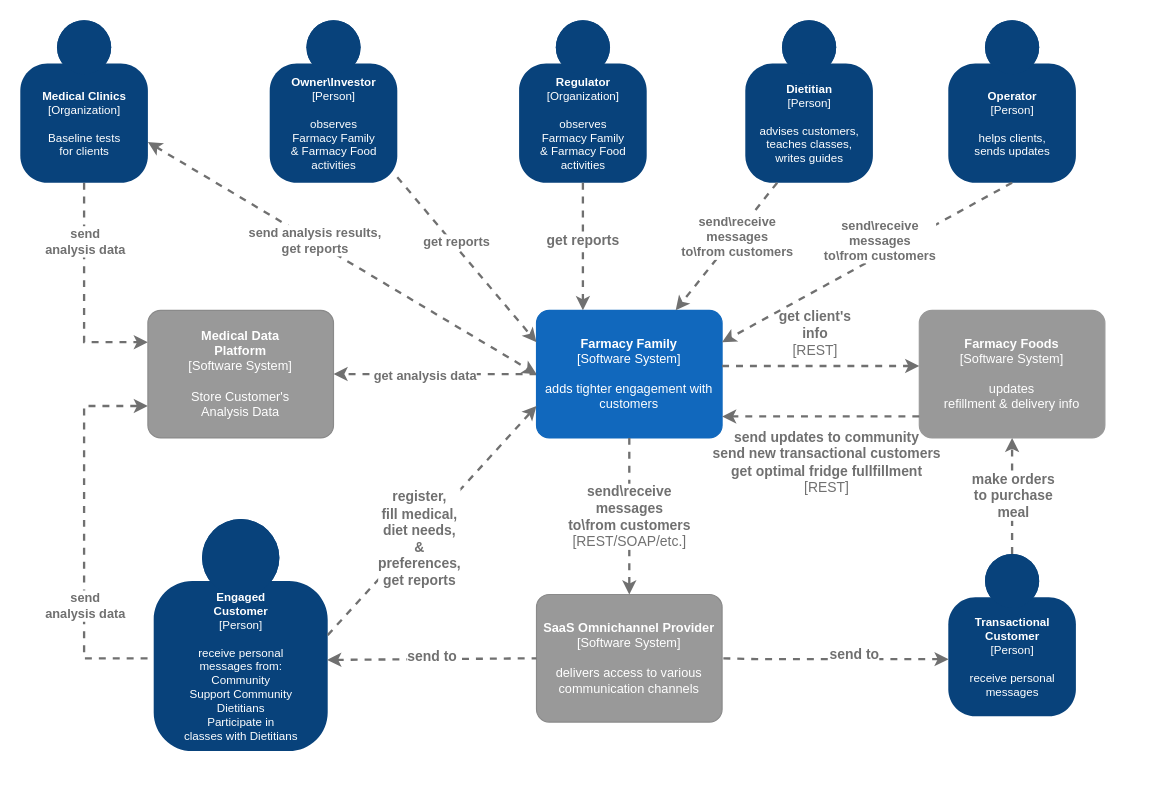
Earlier version of the draw.io diagram analysis/System Context.drawio (sakosy/arch_katas_2021). Source tidied: cells renumbered, new cells numbered last; positions are measured from the earlier drawing's top-left corner, leaving out a move shared by most shapes. Both pictures are drawn from the tidied source at 116%, with x=0, y=0 at pixel (20, 20).
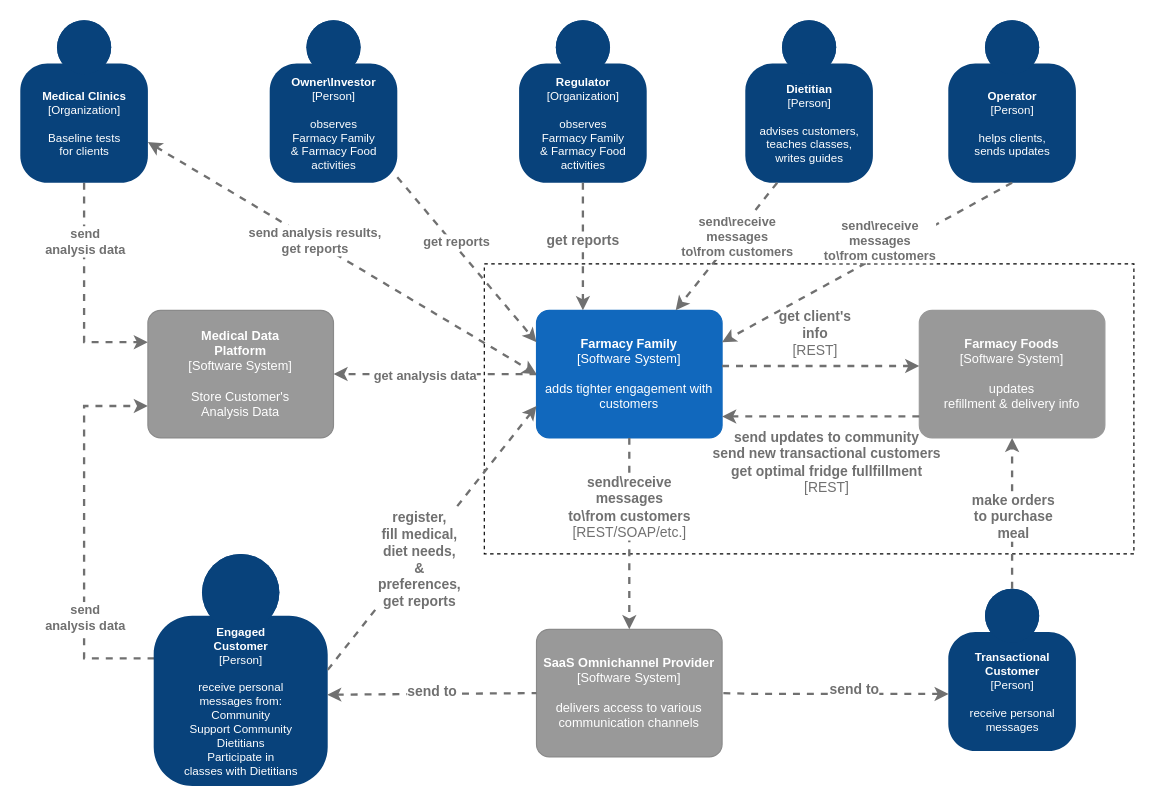
After the change.

Unchanged cells that the change refers to:
```xml
<object id="7" label="&lt;b style=&quot;font-size: 11px;&quot;&gt;%c4Name%&lt;/b&gt;&lt;div style=&quot;font-size: 11px;&quot;&gt;[%c4Type%]&lt;/div&gt;&lt;br style=&quot;font-size: 11px;&quot;&gt;&lt;div style=&quot;font-size: 11px;&quot;&gt;%c4Description%&lt;/div&gt;" c4Description="adds tighter engagement with customers" c4Name="Farmacy Family" c4Type="Software System" placeholders="1">
  <mxCell style="rounded=1;whiteSpace=wrap;html=1;labelBackgroundColor=none;fillColor=#1168BD;fontColor=#ffffff;align=center;arcSize=10;strokeColor=#1168BD;metaData={&quot;c4Type&quot;:{&quot;editable&quot;:false}};points=[[0.25,0,0],[0.5,0,0],[0.75,0,0],[1,0.25,0],[1,0.5,0],[1,0.75,0],[0.75,1,0],[0.5,1,0],[0.25,1,0],[0,0.75,0],[0,0.5,0],[0,0.25,0]];fontFamily=PT Mono;fontSize=11;" parent="1" vertex="1">
    <mxGeometry x="445" y="250" width="160" height="110" as="geometry" />
  </mxCell>
</object>
```

What changed in the source:
```diff
@@
+    <mxCell id="39" style="rounded=0;whiteSpace=wrap;html=1;dashed=1;" parent="1" vertex="1">
+      <mxGeometry x="400" y="210" width="560" height="250" as="geometry" />
+    </mxCell>
@@
     <object id="4" label="&lt;b style=&quot;font-size: 10px;&quot;&gt;%c4Name%&lt;/b&gt;&lt;div style=&quot;font-size: 10px;&quot;&gt;[%c4Type%]&lt;/div&gt;&lt;br style=&quot;font-size: 10px;&quot;&gt;&lt;div style=&quot;font-size: 10px;&quot;&gt;%c4Description%&lt;/div&gt;" c4Description="receive personal &#10;messages from:&#10;Community&#10;Support Community&#10;Dietitians&#10;Participate in &#10;classes with Dietitians" c4Name="Engaged&#10;Customer" c4Type="Person" placeholders="1">
       <mxCell style="html=1;dashed=0;whitespace=wrap;fillColor=#08427b;strokeColor=none;fontColor=#ffffff;shape=mxgraph.c4.person;align=center;points=[[0.5,0,0],[1,0.5,0],[1,0.75,0],[0.75,1,0],[0.5,1,0],[0.25,1,0],[0,0.75,0],[0,0.5,0]];metaData={&quot;c4Type&quot;:{&quot;editable&quot;:false}};fontFamily=PT Mono;fontSize=10;" parent="1" vertex="1">
-        <mxGeometry x="115" y="430" width="150" height="200" as="geometry" />
+        <mxGeometry x="115" y="460" width="150" height="200" as="geometry" />
       </mxCell>
     </object>
@@
     <object id="9" label="&lt;b style=&quot;font-size: 11px;&quot;&gt;%c4Name%&lt;/b&gt;&lt;div style=&quot;font-size: 11px;&quot;&gt;[%c4Type%]&lt;/div&gt;&lt;br style=&quot;font-size: 11px;&quot;&gt;&lt;div style=&quot;font-size: 11px;&quot;&gt;%c4Description%&lt;/div&gt;" c4Description="delivers access to various communication channels" c4Name="SaaS Omnichannel Provider" c4Type="Software System" placeholders="1">
       <mxCell style="rounded=1;whiteSpace=wrap;html=1;labelBackgroundColor=none;fillColor=#999999;fontColor=#ffffff;align=center;arcSize=10;strokeColor=#8A8A8A;metaData={&quot;c4Type&quot;:{&quot;editable&quot;:false}};points=[[0.25,0,0],[0.5,0,0],[0.75,0,0],[1,0.25,0],[1,0.5,0],[1,0.75,0],[0.75,1,0],[0.5,1,0],[0.25,1,0],[0,0.75,0],[0,0.5,0],[0,0.25,0]];fontFamily=PT Mono;fontSize=11;" parent="1" vertex="1">
-        <mxGeometry x="445" y="495" width="160" height="110" as="geometry" />
+        <mxGeometry x="445" y="525" width="160" height="110" as="geometry" />
       </mxCell>
     </object>
     <object id="10" label="&lt;div style=&quot;text-align: left&quot;&gt;&lt;div style=&quot;text-align: center&quot;&gt;&lt;b&gt;%c4Description%&lt;/b&gt;&lt;/div&gt;&lt;div style=&quot;text-align: center&quot;&gt;[%c4Technology%]&lt;/div&gt;&lt;/div&gt;" c4Description="send\receive&#10;messages&#10;to\from customers" c4Technology="REST/SOAP/etc." placeholders="1">
       <mxCell style="edgeStyle=none;rounded=0;html=1;entryX=0.5;entryY=0;jettySize=auto;strokeColor=#707070;strokeWidth=2;fontColor=#707070;jumpStyle=none;dashed=1;metaData={&quot;c4Type&quot;:{&quot;editable&quot;:false}};fontFamily=PT Mono;fontSize=12;startArrow=none;startFill=0;endArrow=classic;endFill=1;verticalAlign=middle;entryDx=0;entryDy=0;entryPerimeter=0;exitX=0.5;exitY=1;exitDx=0;exitDy=0;exitPerimeter=0;" parent="1" edge="1" source="7" target="9">
-        <mxGeometry relative="1" as="geometry" />
+        <mxGeometry x="-0.27" relative="1" as="geometry" />
       </mxCell>
     </object>
@@
     <object id="14" label="&lt;b style=&quot;font-size: 10px;&quot;&gt;%c4Name%&lt;/b&gt;&lt;div style=&quot;font-size: 10px;&quot;&gt;[%c4Type%]&lt;/div&gt;&lt;br style=&quot;font-size: 10px;&quot;&gt;&lt;div style=&quot;font-size: 10px;&quot;&gt;%c4Description%&lt;/div&gt;" c4Description="receive personal&#10;messages" c4Name="Transactional&#10;Customer" c4Type="Person" placeholders="1">
       <mxCell style="html=1;dashed=0;whitespace=wrap;fillColor=#08427b;strokeColor=none;fontColor=#ffffff;shape=mxgraph.c4.person;align=center;points=[[0.5,0,0],[1,0.5,0],[1,0.75,0],[0.75,1,0],[0.5,1,0],[0.25,1,0],[0,0.75,0],[0,0.5,0]];metaData={&quot;c4Type&quot;:{&quot;editable&quot;:false}};fontFamily=PT Mono;fontSize=10;" parent="1" vertex="1">
-        <mxGeometry x="800" y="460" width="110" height="140" as="geometry" />
+        <mxGeometry x="800" y="490" width="110" height="140" as="geometry" />
       </mxCell>
     </object>
@@
     <mxCell id="19" style="endArrow=none;html=1;rounded=0;fontFamily=PT Mono;fontSize=12;fontColor=#707070;verticalAlign=middle;edgeStyle=elbowEdgeStyle;dashed=1;strokeColor=#707070;strokeWidth=2;endFill=0;startFill=1;exitX=0.003;exitY=0.648;exitDx=0;exitDy=0;exitPerimeter=0;startArrow=classic;entryX=1;entryY=0.5;entryDx=0;entryDy=0;entryPerimeter=0;" parent="1" edge="1" source="14" target="9">
       <mxGeometry relative="1" as="geometry">
         <Array as="points">
-          <mxPoint x="635" y="554" />
+          <mxPoint x="635" y="584" />
         </Array>
       </mxGeometry>
     </mxCell>
```
